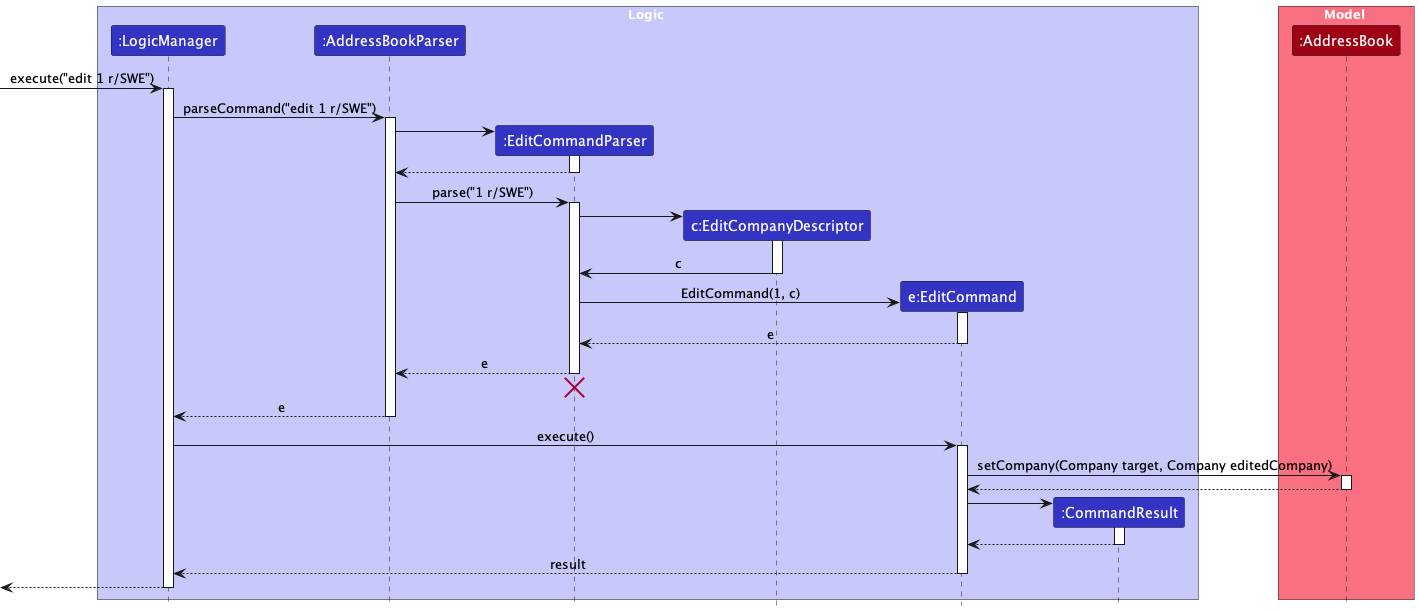
Earlier version of the PlantUML export docs/images/EditSequenceDiagram.png (tayruxin/tp). Source of this version:
```plantuml
@startuml
!include style.puml
skinparam ArrowFontStyle plain

box Logic LOGIC_COLOR_T1

participant ":LogicManager" as LogicManager LOGIC_COLOR
participant ":AddressBookParser" as AddressBookParser LOGIC_COLOR
participant ":EditCommandParser" as EditCommandParser LOGIC_COLOR
participant "c:EditCompanyDescriptor" as EditCompanyDescriptor LOGIC_COLOR
participant "e:EditCommand" as EditCommand LOGIC_COLOR
participant ":CommandResult" as CommandResult LOGIC_COLOR

end box

box Model MODEL_COLOR_T1
participant ":AddressBook" as AddressBook MODEL_COLOR
end box

[-> LogicManager : execute("edit 1 r/SWE")
activate LogicManager

LogicManager -> AddressBookParser : parseCommand("edit 1 r/SWE")
activate AddressBookParser

create EditCommandParser
AddressBookParser -> EditCommandParser
activate EditCommandParser

EditCommandParser --> AddressBookParser
deactivate EditCommandParser

AddressBookParser -> EditCommandParser : parse("1 r/SWE")
activate EditCommandParser

create EditCompanyDescriptor
EditCommandParser -> EditCompanyDescriptor
activate EditCompanyDescriptor

EditCompanyDescriptor -> EditCommandParser : c
deactivate EditCompanyDescriptor

create EditCommand
EditCommandParser -> EditCommand : EditCommand(1, c)
activate EditCommand

EditCommand --> EditCommandParser : e
deactivate EditCommand

EditCommandParser --> AddressBookParser : e
deactivate EditCommandParser
EditCommandParser -[hidden]-> AddressBookParser
destroy EditCommandParser

AddressBookParser --> LogicManager : e
deactivate AddressBookParser

LogicManager -> EditCommand : execute()
activate EditCommand

EditCommand -> AddressBook : setCompany(Company target, Company editedCompany)
activate AddressBook

AddressBook --> EditCommand
deactivate AddressBook

create CommandResult
EditCommand -> CommandResult
activate CommandResult

CommandResult --> EditCommand
deactivate CommandResult

EditCommand --> LogicManager : result
deactivate EditCommand

[<--LogicManager
deactivate LogicManager



@enduml
```
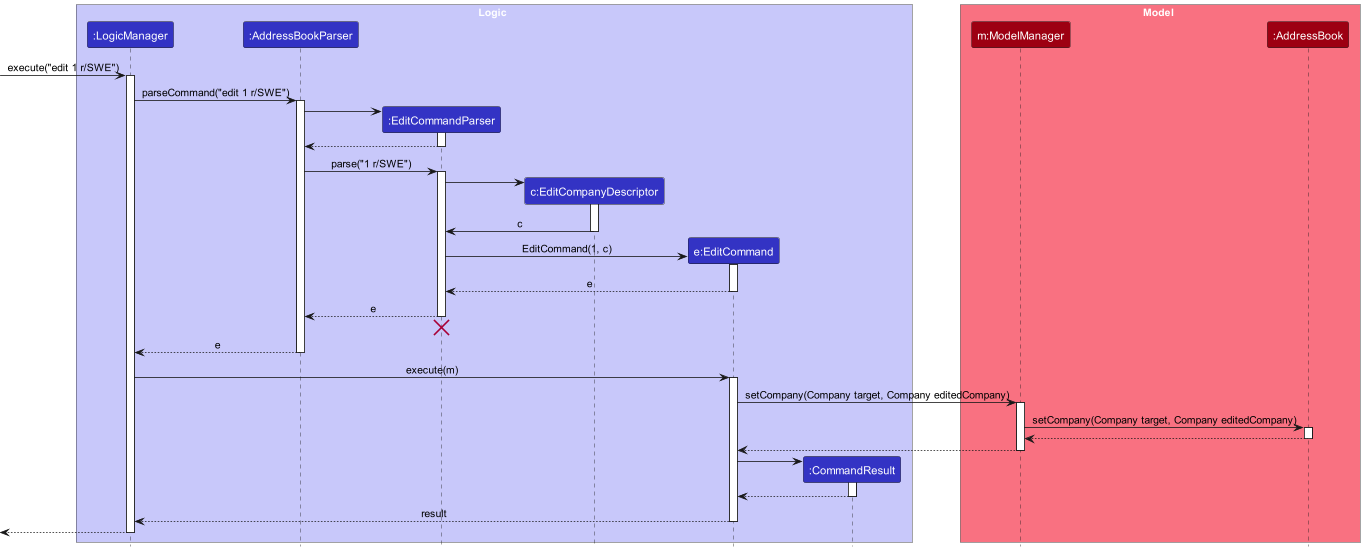
Above is the later version.

Commit message:
Fix dg diagram bugs

What changed in the source:
```diff
@@ -14,6 +14,7 @@
 end box
 
 box Model MODEL_COLOR_T1
+participant "m:ModelManager" as Model MODEL_COLOR
 participant ":AddressBook" as AddressBook MODEL_COLOR
 end box
 
@@ -55,14 +56,20 @@
 AddressBookParser --> LogicManager : e
 deactivate AddressBookParser
 
-LogicManager -> EditCommand : execute()
+LogicManager -> EditCommand : execute(m)
 activate EditCommand
 
-EditCommand -> AddressBook : setCompany(Company target, Company editedCompany)
+EditCommand -> Model : setCompany(Company target, Company editedCompany)
+activate Model
+
+Model -> AddressBook : setCompany(Company target, Company editedCompany)
 activate AddressBook
 
-AddressBook --> EditCommand
+AddressBook --> Model
 deactivate AddressBook
+
+Model --> EditCommand
+deactivate Model
 
 create CommandResult
 EditCommand -> CommandResult
@@ -77,6 +84,4 @@
 [<--LogicManager
 deactivate LogicManager
 
-
-
 @enduml
```
